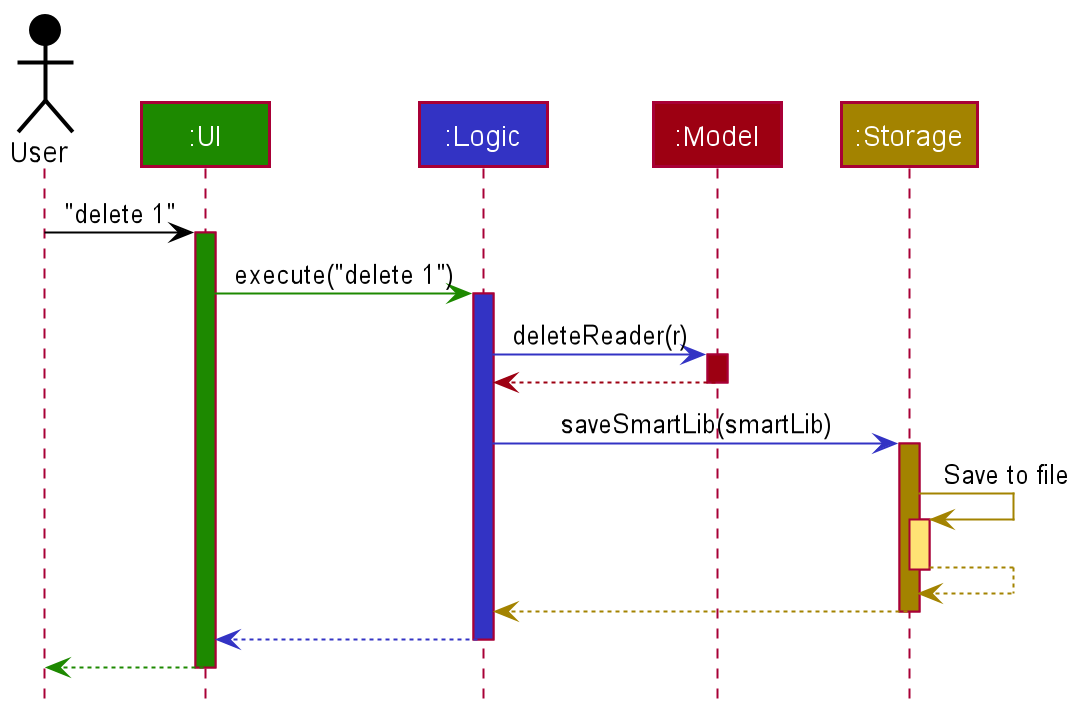
This is docs/images/ArchitectureSequenceDiagram.png from nus-cs2103-AY2021S2/tp, a PlantUML export, as it was before one commit. The source it was exported from:
```plantuml
@startuml
!include style.puml

Actor User as user USER_COLOR
Participant ":UI" as ui UI_COLOR
Participant ":Logic" as logic LOGIC_COLOR
Participant ":Model" as model MODEL_COLOR
Participant ":Storage" as storage STORAGE_COLOR

user -[USER_COLOR]> ui : "delete 1"
activate ui UI_COLOR

ui -[UI_COLOR]> logic : execute("delete 1")
activate logic LOGIC_COLOR

logic -[LOGIC_COLOR]> model : deleteReader(r)
activate model MODEL_COLOR

model -[MODEL_COLOR]-> logic
deactivate model

logic -[LOGIC_COLOR]> storage : saveSmartLib(smartLib)
activate storage STORAGE_COLOR

storage -[STORAGE_COLOR]> storage : Save to file
activate storage STORAGE_COLOR_T1
storage --[STORAGE_COLOR]> storage
deactivate storage

storage --[STORAGE_COLOR]> logic
deactivate storage

logic --[LOGIC_COLOR]> ui
deactivate logic

ui--[UI_COLOR]> user
deactivate ui
@enduml
```
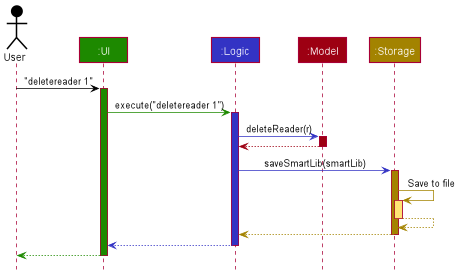
After the commit.

The edit, as a diff of the source:
```diff
@@ -7,10 +7,10 @@
 Participant ":Model" as model MODEL_COLOR
 Participant ":Storage" as storage STORAGE_COLOR
 
-user -[USER_COLOR]> ui : "delete 1"
+user -[USER_COLOR]> ui : "deletereader 1"
 activate ui UI_COLOR
 
-ui -[UI_COLOR]> logic : execute("delete 1")
+ui -[UI_COLOR]> logic : execute("deletereader 1")
 activate logic LOGIC_COLOR
 
 logic -[LOGIC_COLOR]> model : deleteReader(r)
```
